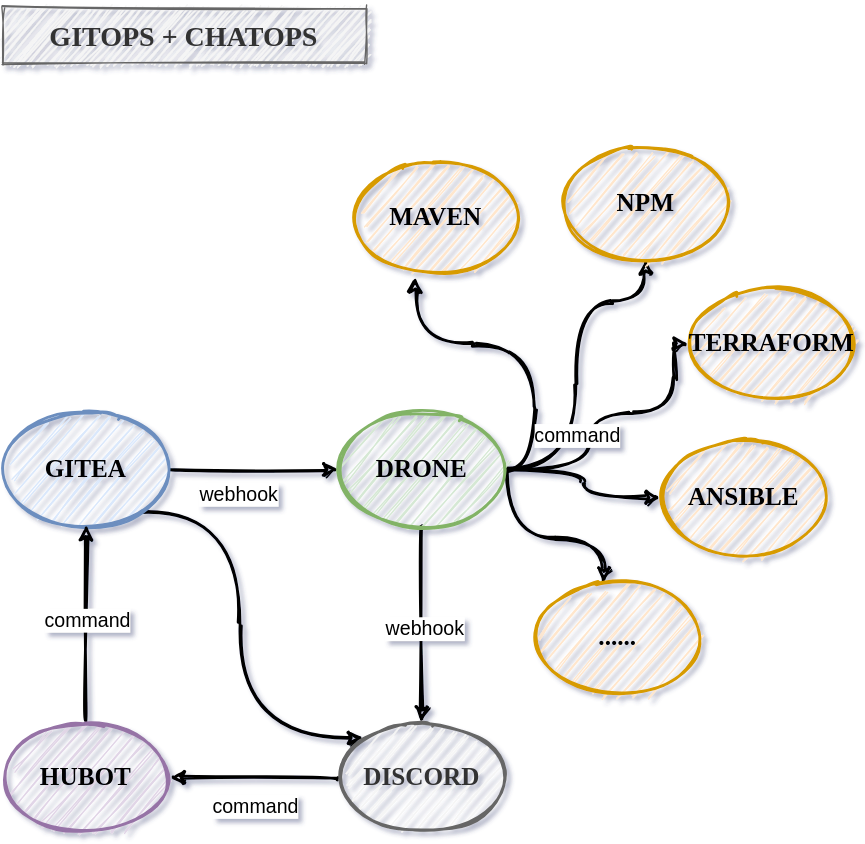
Above: img/gitops+chatops-2.svg in zhoukuo/blog (draw.io), before the change. Source tidied: cells renumbered, new cells last; positions are measured from the earlier drawing's top-left corner, leaving out a move shared by most shapes.
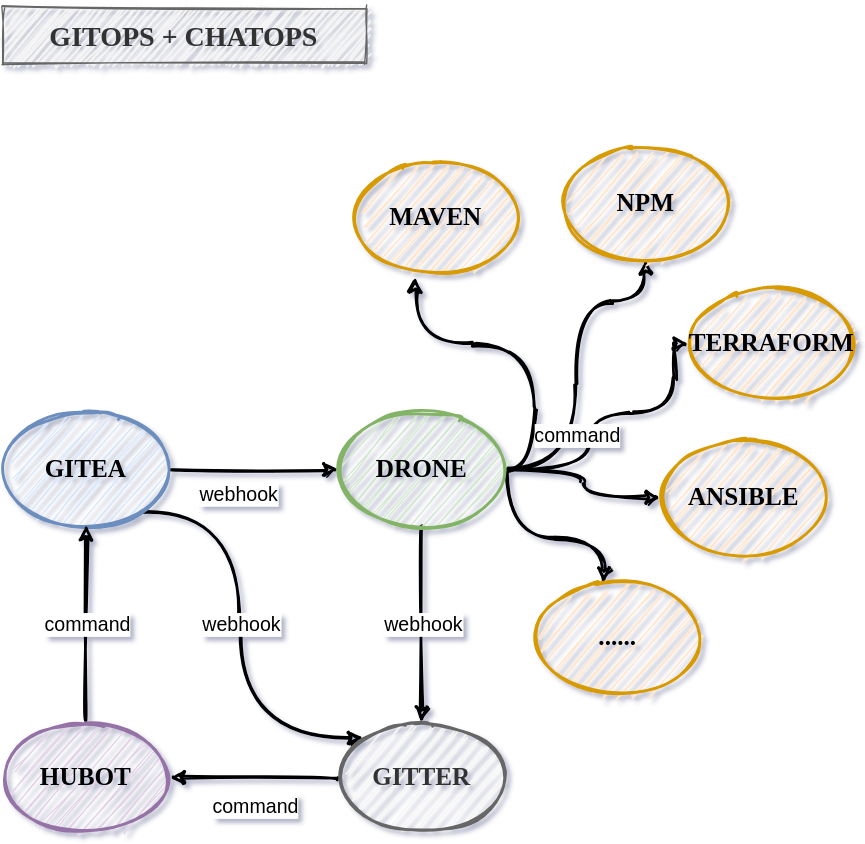
After the commit.

The edit, as a diff of the source:
```diff
@@ -26,7 +26,7 @@
     </mxCell>
     <mxCell id="7" value="webhook" style="edgeLabel;html=1;align=center;verticalAlign=middle;fontSize=14;" parent="6" vertex="1">
       <mxGeometry x="0.27" y="1" relative="1" as="geometry">
-        <mxPoint y="-16" as="offset" />
+        <mxPoint x="-1" y="-19" as="offset" />
       </mxGeometry>
     </mxCell>
     <mxCell id="8" style="edgeStyle=orthogonalEdgeStyle;curved=1;rounded=0;sketch=1;jettySize=auto;html=1;exitX=1;exitY=0.5;exitDx=0;exitDy=0;entryX=0.375;entryY=1.038;entryDx=0;entryDy=0;entryPerimeter=0;strokeWidth=2;fontSize=14;" parent="1" edge="1" source="13" target="20">
@@ -71,7 +71,7 @@
         <mxPoint x="-17" y="20" as="offset" />
       </mxGeometry>
     </mxCell>
-    <mxCell id="16" value="&lt;h2&gt;&lt;font face=&quot;Comic Sans MS&quot;&gt;DISCORD&lt;/font&gt;&lt;/h2&gt;" style="ellipse;whiteSpace=wrap;html=1;sketch=1;strokeWidth=2;fillColor=#f5f5f5;strokeColor=#666666;fontColor=#333333;" parent="1" vertex="1">
+    <mxCell id="16" value="&lt;h2&gt;&lt;font face=&quot;Comic Sans MS&quot;&gt;GITTER&lt;/font&gt;&lt;/h2&gt;" style="ellipse;whiteSpace=wrap;html=1;sketch=1;strokeWidth=2;fillColor=#f5f5f5;strokeColor=#666666;fontColor=#333333;" parent="1" vertex="1">
       <mxGeometry x="240" y="510" width="120" height="80" as="geometry" />
     </mxCell>
     <mxCell id="17" style="edgeStyle=orthogonalEdgeStyle;curved=1;jettySize=auto;html=1;exitX=0.5;exitY=0;exitDx=0;exitDy=0;entryX=0.5;entryY=1;entryDx=0;entryDy=0;strokeWidth=2;sketch=1;" parent="1" edge="1" source="19" target="5">
@@ -79,7 +79,7 @@
     </mxCell>
     <mxCell id="18" value="command" style="edgeLabel;html=1;align=center;verticalAlign=middle;fontSize=14;" parent="17" vertex="1">
       <mxGeometry x="0.27" y="1" relative="1" as="geometry">
-        <mxPoint x="1" y="16" as="offset" />
+        <mxPoint x="1" y="19" as="offset" />
       </mxGeometry>
     </mxCell>
     <mxCell id="19" value="&lt;h2&gt;&lt;font face=&quot;Comic Sans MS&quot;&gt;HUBOT&lt;/font&gt;&lt;/h2&gt;" style="ellipse;whiteSpace=wrap;html=1;sketch=1;strokeWidth=2;fillColor=#e1d5e7;strokeColor=#9673a6;" parent="1" vertex="1">
@@ -108,5 +108,8 @@
     <mxCell id="26" value="&lt;h2&gt;&lt;font face=&quot;Comic Sans MS&quot;&gt;......&lt;/font&gt;&lt;/h2&gt;" style="ellipse;whiteSpace=wrap;html=1;sketch=1;strokeWidth=2;fillColor=#ffe6cc;strokeColor=#d79b00;" parent="1" vertex="1">
       <mxGeometry x="380" y="410" width="120" height="80" as="geometry" />
     </mxCell>
+    <mxCell id="27" value="webhook" style="edgeLabel;html=1;align=center;verticalAlign=middle;fontSize=14;" parent="1" vertex="1">
+      <mxGeometry x="170" y="440" as="geometry" />
+    </mxCell>
   </root>
 </mxGraphModel>
```
